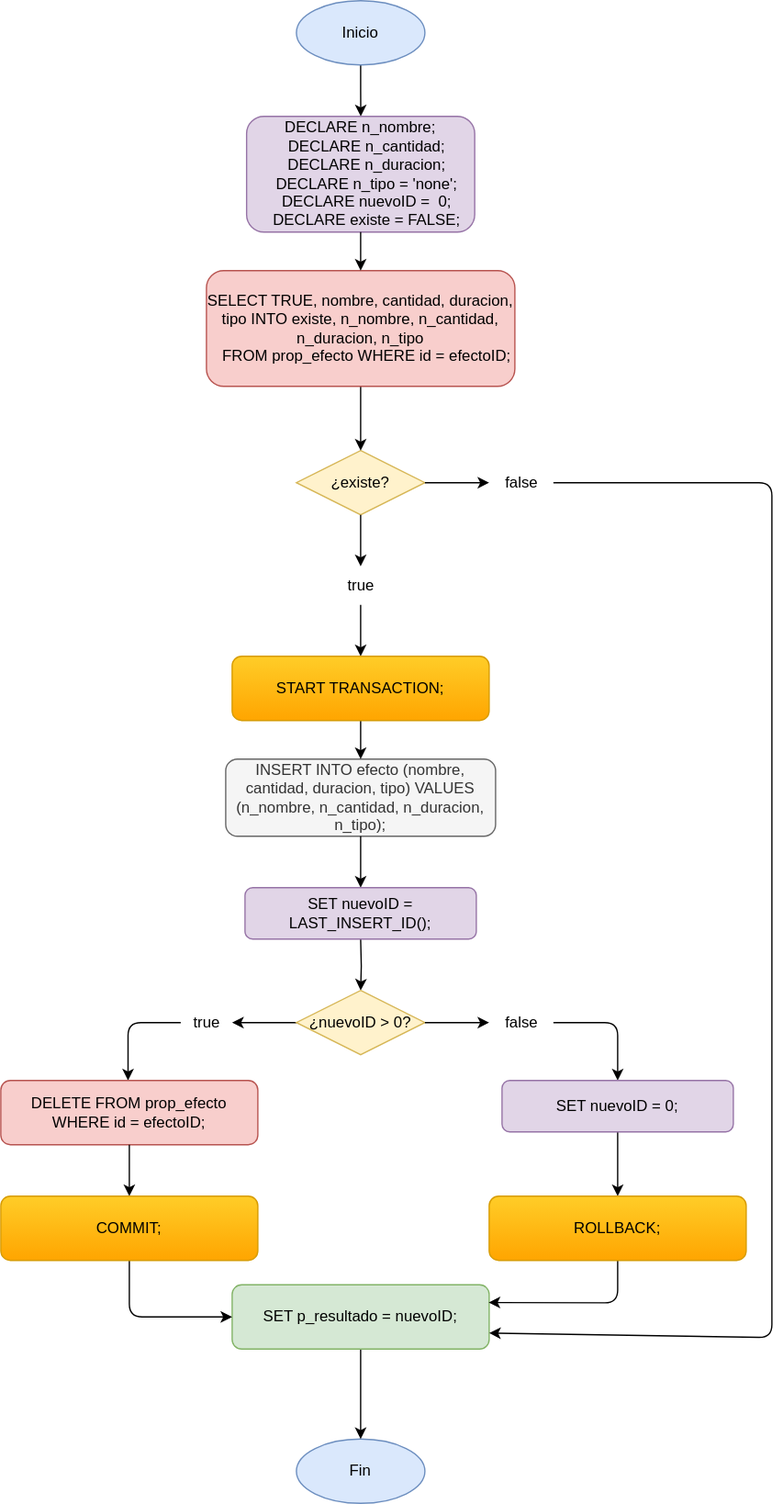
This is DB_Schema/diagrams/aceptarEfecto.svg from IvanFreireDacoba/LogeVerse, a draw.io export, as it was before one commit. Source tidied: cells renumbered, new cells last; positions are measured from the earlier drawing's top-left corner, leaving out a move shared by most shapes. The source it was exported from:
```xml
<mxGraphModel>
  <root>
    <mxCell id="0" />
    <mxCell id="1" parent="0" />
    <mxCell id="2" style="edgeStyle=orthogonalEdgeStyle;rounded=1;jettySize=auto;html=1;curved=0;" parent="1" edge="1" source="3" target="5">
      <mxGeometry relative="1" as="geometry">
        <Array as="points">
          <mxPoint x="99" y="795" />
        </Array>
      </mxGeometry>
    </mxCell>
    <mxCell id="3" value="true" style="text;html=1;align=center;verticalAlign=middle;points=[];strokeColor=none;fillColor=none;" parent="1" vertex="1">
      <mxGeometry x="140" y="780" width="40" height="30" as="geometry" />
    </mxCell>
    <mxCell id="4" style="edgeStyle=orthogonalEdgeStyle;rounded=0;jettySize=auto;html=1;" parent="1" edge="1" source="12" target="3">
      <mxGeometry relative="1" as="geometry" />
    </mxCell>
    <mxCell id="5" value="DELETE FROM prop_efecto WHERE id = efectoID;" style="rounded=1;whiteSpace=wrap;fillColor=#f8cecc;strokeColor=#b85450;" parent="1" vertex="1">
      <mxGeometry y="840" width="200" height="50" as="geometry" />
    </mxCell>
    <mxCell id="6" style="edgeStyle=orthogonalEdgeStyle;rounded=0;jettySize=auto;html=1;" parent="1" edge="1" source="7" target="8">
      <mxGeometry relative="1" as="geometry" />
    </mxCell>
    <mxCell id="7" value="Inicio" style="ellipse;whiteSpace=wrap;fillColor=#dae8fc;strokeColor=#6c8ebf;" parent="1" vertex="1">
      <mxGeometry x="230" width="100" height="50" as="geometry" />
    </mxCell>
    <mxCell id="8" value="DECLARE n_nombre;&#10;   DECLARE n_cantidad;&#10;   DECLARE n_duracion;&#10;   DECLARE n_tipo = 'none';&#10;   DECLARE nuevoID =  0;&#10;   DECLARE existe = FALSE;" style="rounded=1;whiteSpace=wrap;fillColor=#e1d5e7;strokeColor=#9673a6;" parent="1" vertex="1">
      <mxGeometry x="191.2" y="90" width="177.5" height="90" as="geometry" />
    </mxCell>
    <mxCell id="9" value="¿existe?" style="rhombus;whiteSpace=wrap;fillColor=#fff2cc;strokeColor=#d6b656;" parent="1" vertex="1">
      <mxGeometry x="230" y="350" width="100" height="50" as="geometry" />
    </mxCell>
    <mxCell id="10" style="edgeStyle=orthogonalEdgeStyle;rounded=0;jettySize=auto;html=1;" parent="1" edge="1" target="12">
      <mxGeometry relative="1" as="geometry">
        <mxPoint x="280" y="730" as="sourcePoint" />
      </mxGeometry>
    </mxCell>
    <mxCell id="11" value="INSERT INTO efecto (nombre, cantidad, duracion, tipo) VALUES (n_nombre, n_cantidad, n_duracion, n_tipo);" style="rounded=1;whiteSpace=wrap;fillColor=#f5f5f5;strokeColor=#666666;fontColor=#333333;" parent="1" vertex="1">
      <mxGeometry x="175" y="590" width="210" height="60" as="geometry" />
    </mxCell>
    <mxCell id="12" value="¿nuevoID &gt; 0?" style="rhombus;whiteSpace=wrap;fillColor=#fff2cc;strokeColor=#d6b656;" parent="1" vertex="1">
      <mxGeometry x="230" y="770" width="100" height="50" as="geometry" />
    </mxCell>
    <mxCell id="13" parent="1" edge="1" source="24" target="9">
      <mxGeometry relative="1" as="geometry" />
    </mxCell>
    <mxCell id="14" parent="1" edge="1" source="35" target="11">
      <mxGeometry relative="1" as="geometry" />
    </mxCell>
    <mxCell id="15" value="Fin" style="ellipse;whiteSpace=wrap;fillColor=#dae8fc;strokeColor=#6c8ebf;" parent="1" vertex="1">
      <mxGeometry x="230" y="1119" width="100" height="50" as="geometry" />
    </mxCell>
    <mxCell id="16" style="edgeStyle=orthogonalEdgeStyle;rounded=0;jettySize=auto;html=1;" parent="1" edge="1" source="17" target="15">
      <mxGeometry relative="1" as="geometry" />
    </mxCell>
    <mxCell id="17" value="SET p_resultado = nuevoID;" style="rounded=1;whiteSpace=wrap;fillColor=#d5e8d4;strokeColor=#82b366;" parent="1" vertex="1">
      <mxGeometry x="180" y="999" width="200" height="50" as="geometry" />
    </mxCell>
    <mxCell id="18" parent="1" edge="1" source="9" target="19">
      <mxGeometry relative="1" as="geometry" />
    </mxCell>
    <mxCell id="19" value="true" style="text;html=1;align=center;verticalAlign=middle;points=[];strokeColor=none;fillColor=none;" parent="1" vertex="1">
      <mxGeometry x="260" y="440" width="40" height="30" as="geometry" />
    </mxCell>
    <mxCell id="20" style="edgeStyle=orthogonalEdgeStyle;rounded=0;jettySize=auto;html=1;exitX=1;exitY=0.5;exitDx=0;exitDy=0;" parent="1" edge="1" source="9" target="21">
      <mxGeometry relative="1" as="geometry" />
    </mxCell>
    <mxCell id="21" value="false" style="text;html=1;align=center;verticalAlign=middle;points=[];strokeColor=none;fillColor=none;" parent="1" vertex="1">
      <mxGeometry x="380" y="360" width="50" height="30" as="geometry" />
    </mxCell>
    <mxCell id="22" style="edgeStyle=orthogonalEdgeStyle;rounded=0;jettySize=auto;html=1;exitX=1;exitY=0.5;exitDx=0;exitDy=0;" parent="1" edge="1" source="12" target="23">
      <mxGeometry relative="1" as="geometry" />
    </mxCell>
    <mxCell id="23" value="false" style="text;html=1;align=center;verticalAlign=middle;points=[];strokeColor=none;fillColor=none;" parent="1" vertex="1">
      <mxGeometry x="380" y="780" width="50" height="30" as="geometry" />
    </mxCell>
    <mxCell id="24" value="SELECT TRUE, nombre, cantidad, duracion, tipo INTO existe, n_nombre, n_cantidad, n_duracion, n_tipo&#10;   FROM prop_efecto WHERE id = efectoID;" style="rounded=1;whiteSpace=wrap;fillColor=#f8cecc;strokeColor=#b85450;" parent="1" vertex="1">
      <mxGeometry x="160" y="210" width="240" height="90" as="geometry" />
    </mxCell>
    <mxCell id="25" parent="1" edge="1" source="8" target="24">
      <mxGeometry relative="1" as="geometry" />
    </mxCell>
    <mxCell id="26" style="endArrow=classic;html=1;rounded=1;curved=0;entryX=0.998;entryY=0.275;entryDx=0;entryDy=0;entryPerimeter=0;" parent="1" edge="1" source="33" target="17">
      <mxGeometry relative="1" as="geometry">
        <Array as="points">
          <mxPoint x="480" y="980" />
          <mxPoint x="480" y="1013" />
        </Array>
      </mxGeometry>
    </mxCell>
    <mxCell id="27" style="endArrow=classic;html=1;rounded=1;entryX=1;entryY=0.75;entryDx=0;entryDy=0;curved=0;" parent="1" edge="1" source="21" target="17">
      <mxGeometry relative="1" as="geometry">
        <Array as="points">
          <mxPoint x="500" y="375" />
          <mxPoint x="600" y="375" />
          <mxPoint x="600" y="710" />
          <mxPoint x="600" y="1040" />
        </Array>
      </mxGeometry>
    </mxCell>
    <mxCell id="28" style="edgeStyle=orthogonalEdgeStyle;rounded=1;jettySize=auto;html=1;entryX=0;entryY=0.5;entryDx=0;entryDy=0;curved=0;" parent="1" edge="1" source="31" target="17">
      <mxGeometry relative="1" as="geometry" />
    </mxCell>
    <mxCell id="29" style="edgeStyle=orthogonalEdgeStyle;rounded=0;jettySize=auto;html=1;" parent="1" edge="1" source="11">
      <mxGeometry relative="1" as="geometry">
        <mxPoint x="280" y="690" as="targetPoint" />
      </mxGeometry>
    </mxCell>
    <mxCell id="30" style="edgeStyle=orthogonalEdgeStyle;rounded=1;jettySize=auto;html=1;curved=0;" parent="1" edge="1" source="5" target="31">
      <mxGeometry relative="1" as="geometry" />
    </mxCell>
    <mxCell id="31" value="COMMIT;" style="rounded=1;whiteSpace=wrap;fillColor=#ffcd28;strokeColor=#d79b00;gradientColor=#ffa500;" parent="1" vertex="1">
      <mxGeometry y="930" width="200" height="50" as="geometry" />
    </mxCell>
    <mxCell id="32" style="endArrow=classic;html=1;rounded=1;curved=0;" parent="1" edge="1" source="38" target="33">
      <mxGeometry relative="1" as="geometry">
        <Array as="points">
          <mxPoint x="480" y="920" />
        </Array>
      </mxGeometry>
    </mxCell>
    <mxCell id="33" value="ROLLBACK;" style="rounded=1;whiteSpace=wrap;fillColor=#ffcd28;strokeColor=#d79b00;gradientColor=#ffa500;" parent="1" vertex="1">
      <mxGeometry x="380" y="930" width="200" height="50" as="geometry" />
    </mxCell>
    <mxCell id="34" parent="1" edge="1" source="19" target="35">
      <mxGeometry relative="1" as="geometry" />
    </mxCell>
    <mxCell id="35" value="START TRANSACTION;" style="rounded=1;whiteSpace=wrap;fillColor=#ffcd28;strokeColor=#d79b00;gradientColor=#ffa500;" parent="1" vertex="1">
      <mxGeometry x="180" y="510" width="200" height="50" as="geometry" />
    </mxCell>
    <mxCell id="36" value="SET nuevoID = LAST_INSERT_ID();" style="rounded=1;whiteSpace=wrap;fillColor=#e1d5e7;strokeColor=#9673a6;" parent="1" vertex="1">
      <mxGeometry x="190" y="690" width="180" height="40" as="geometry" />
    </mxCell>
    <mxCell id="37" style="endArrow=classic;html=1;rounded=1;curved=0;" parent="1" edge="1" source="23" target="38">
      <mxGeometry relative="1" as="geometry">
        <Array as="points">
          <mxPoint x="480" y="795" />
        </Array>
      </mxGeometry>
    </mxCell>
    <mxCell id="38" value="SET nuevoID = 0;" style="rounded=1;whiteSpace=wrap;fillColor=#e1d5e7;strokeColor=#9673a6;" parent="1" vertex="1">
      <mxGeometry x="390" y="840" width="180" height="40" as="geometry" />
    </mxCell>
  </root>
</mxGraphModel>
```
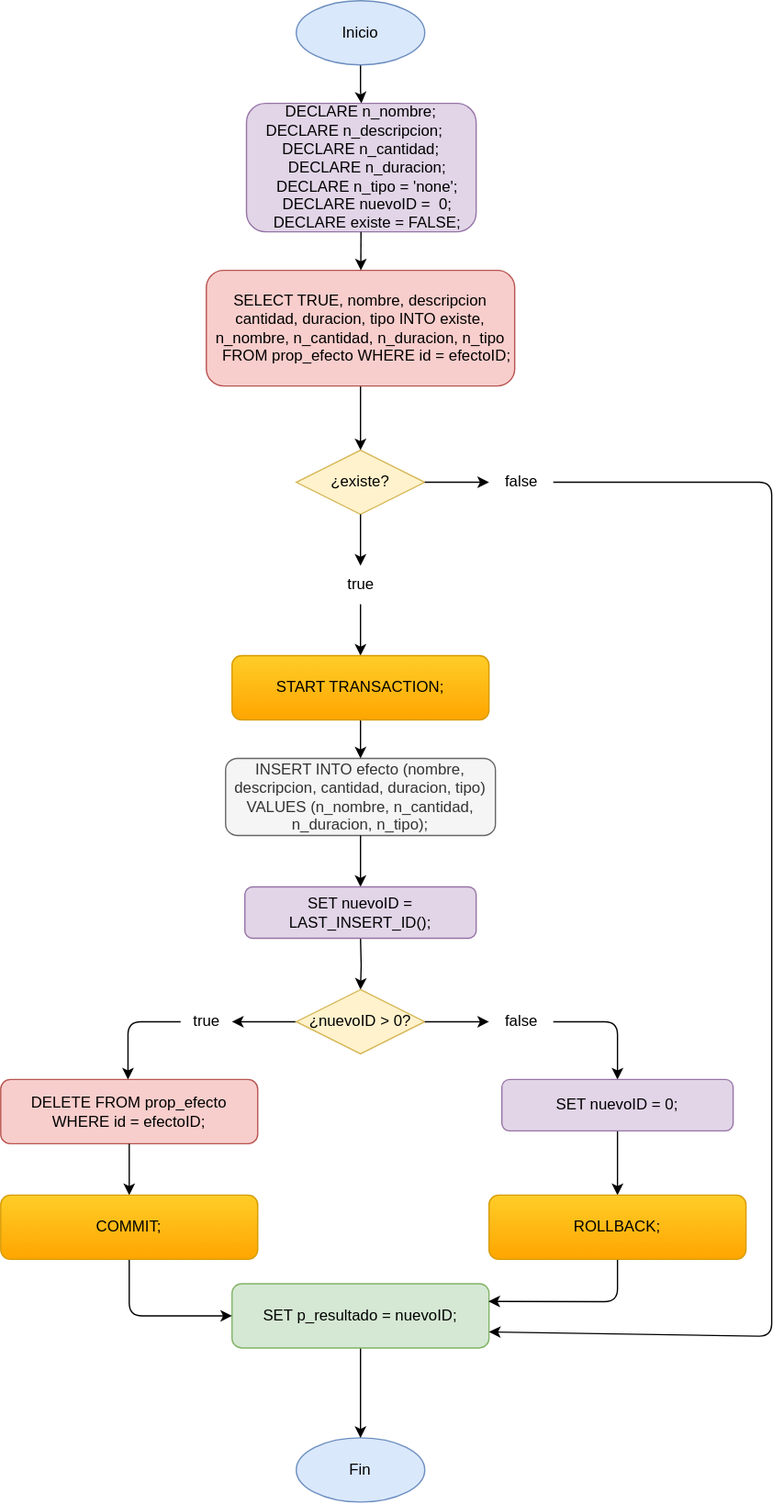
The same file after the commit.

Commit message:
feature-database efecto-descripcion

Diff of the diagram source:
```diff
@@ -24,8 +24,8 @@
     <mxCell id="7" value="Inicio" style="ellipse;whiteSpace=wrap;fillColor=#dae8fc;strokeColor=#6c8ebf;" parent="1" vertex="1">
       <mxGeometry x="230" width="100" height="50" as="geometry" />
     </mxCell>
-    <mxCell id="8" value="DECLARE n_nombre;&#10;   DECLARE n_cantidad;&#10;   DECLARE n_duracion;&#10;   DECLARE n_tipo = 'none';&#10;   DECLARE nuevoID =  0;&#10;   DECLARE existe = FALSE;" style="rounded=1;whiteSpace=wrap;fillColor=#e1d5e7;strokeColor=#9673a6;" parent="1" vertex="1">
-      <mxGeometry x="191.2" y="90" width="177.5" height="90" as="geometry" />
+    <mxCell id="8" value="DECLARE n_nombre;&#10;DECLARE n_descripcion;   &#10;DECLARE n_cantidad;&#10;   DECLARE n_duracion;&#10;   DECLARE n_tipo = 'none';&#10;   DECLARE nuevoID =  0;&#10;   DECLARE existe = FALSE;" style="rounded=1;whiteSpace=wrap;fillColor=#e1d5e7;strokeColor=#9673a6;" parent="1" vertex="1">
+      <mxGeometry x="191.2" y="80" width="178.8" height="100" as="geometry" />
     </mxCell>
     <mxCell id="9" value="¿existe?" style="rhombus;whiteSpace=wrap;fillColor=#fff2cc;strokeColor=#d6b656;" parent="1" vertex="1">
       <mxGeometry x="230" y="350" width="100" height="50" as="geometry" />
@@ -35,7 +35,7 @@
         <mxPoint x="280" y="730" as="sourcePoint" />
       </mxGeometry>
     </mxCell>
-    <mxCell id="11" value="INSERT INTO efecto (nombre, cantidad, duracion, tipo) VALUES (n_nombre, n_cantidad, n_duracion, n_tipo);" style="rounded=1;whiteSpace=wrap;fillColor=#f5f5f5;strokeColor=#666666;fontColor=#333333;" parent="1" vertex="1">
+    <mxCell id="11" value="INSERT INTO efecto (nombre, descripcion, cantidad, duracion, tipo) VALUES (n_nombre, n_cantidad, n_duracion, n_tipo);" style="rounded=1;whiteSpace=wrap;fillColor=#f5f5f5;strokeColor=#666666;fontColor=#333333;" parent="1" vertex="1">
       <mxGeometry x="175" y="590" width="210" height="60" as="geometry" />
     </mxCell>
     <mxCell id="12" value="¿nuevoID &gt; 0?" style="rhombus;whiteSpace=wrap;fillColor=#fff2cc;strokeColor=#d6b656;" parent="1" vertex="1">
@@ -74,7 +74,7 @@
     <mxCell id="23" value="false" style="text;html=1;align=center;verticalAlign=middle;points=[];strokeColor=none;fillColor=none;" parent="1" vertex="1">
       <mxGeometry x="380" y="780" width="50" height="30" as="geometry" />
     </mxCell>
-    <mxCell id="24" value="SELECT TRUE, nombre, cantidad, duracion, tipo INTO existe, n_nombre, n_cantidad, n_duracion, n_tipo&#10;   FROM prop_efecto WHERE id = efectoID;" style="rounded=1;whiteSpace=wrap;fillColor=#f8cecc;strokeColor=#b85450;" parent="1" vertex="1">
+    <mxCell id="24" value="SELECT TRUE, nombre, descripcion cantidad, duracion, tipo INTO existe, n_nombre, n_cantidad, n_duracion, n_tipo&#10;   FROM prop_efecto WHERE id = efectoID;" style="rounded=1;whiteSpace=wrap;fillColor=#f8cecc;strokeColor=#b85450;" parent="1" vertex="1">
       <mxGeometry x="160" y="210" width="240" height="90" as="geometry" />
     </mxCell>
     <mxCell id="25" parent="1" edge="1" source="8" target="24">
```
